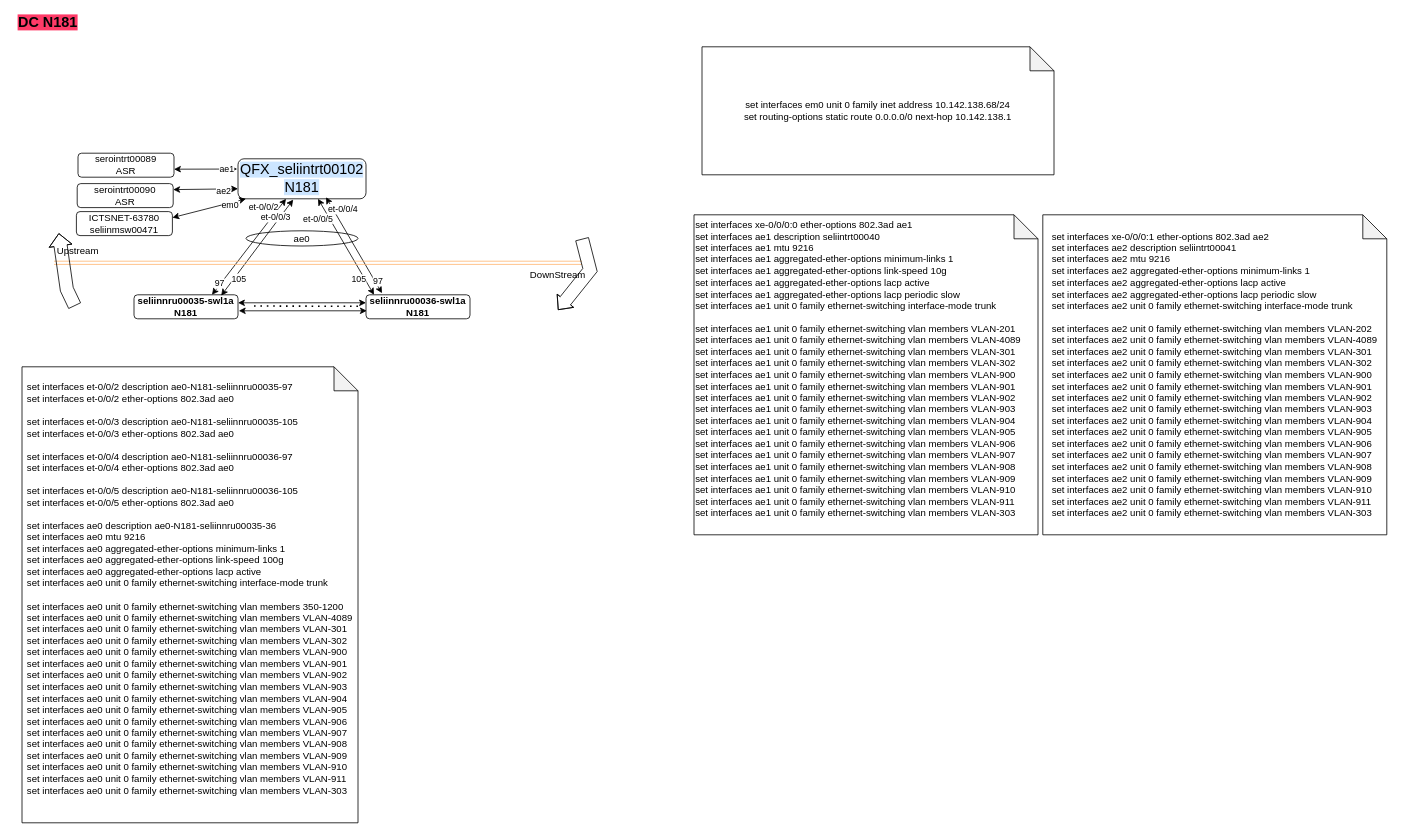
Earlier version of the draw.io diagram page "N181" (3 of 3) of N99_N280EXMPLE.drawio (nabi69/python-random-quote). Source tidied: cells renumbered, new cells numbered last; positions are measured from the earlier drawing's top-left corner, leaving out a move shared by most shapes. Both pictures are drawn from the tidied source at 80%, with x=0, y=0 at pixel (14, 14).
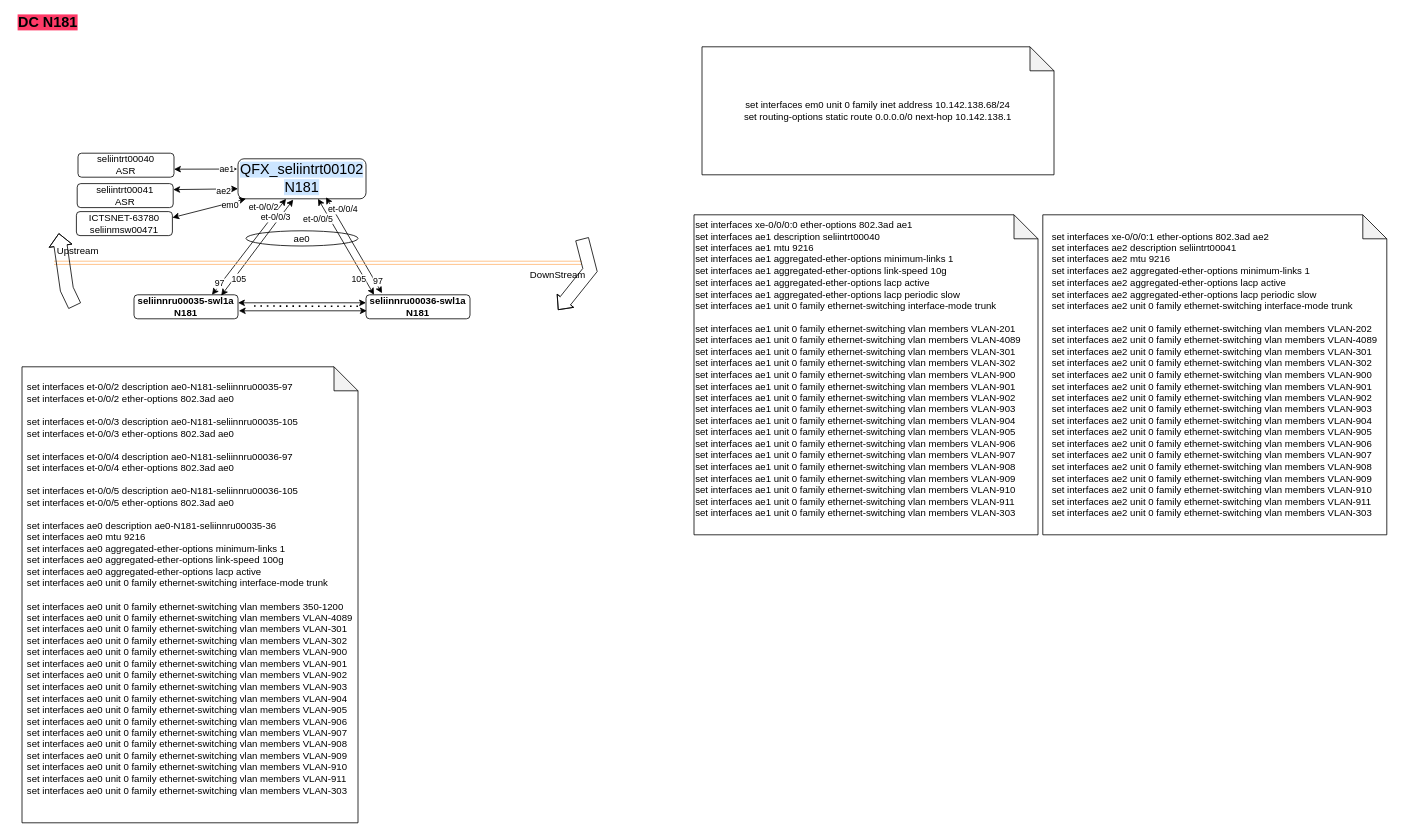
The same page after the edit.

Change to the diagram source:
```diff
@@
-    <mxCell id="23" value="serointrt00089&lt;br&gt;ASR" style="rounded=1;whiteSpace=wrap;html=1;" parent="1" vertex="1">
+    <mxCell id="23" value="seliintrt00040&lt;br&gt;ASR" style="rounded=1;whiteSpace=wrap;html=1;" parent="1" vertex="1">
       <mxGeometry x="80" y="173" width="120" height="30" as="geometry" />
     </mxCell>
-    <mxCell id="24" value="serointrt00090&lt;br style=&quot;border-color: var(--border-color);&quot;&gt;ASR" style="rounded=1;whiteSpace=wrap;html=1;" parent="1" vertex="1">
+    <mxCell id="24" value="seliintrt00041&lt;br style=&quot;border-color: var(--border-color);&quot;&gt;ASR" style="rounded=1;whiteSpace=wrap;html=1;" parent="1" vertex="1">
       <mxGeometry x="79" y="211" width="120" height="30" as="geometry" />
     </mxCell>
```
